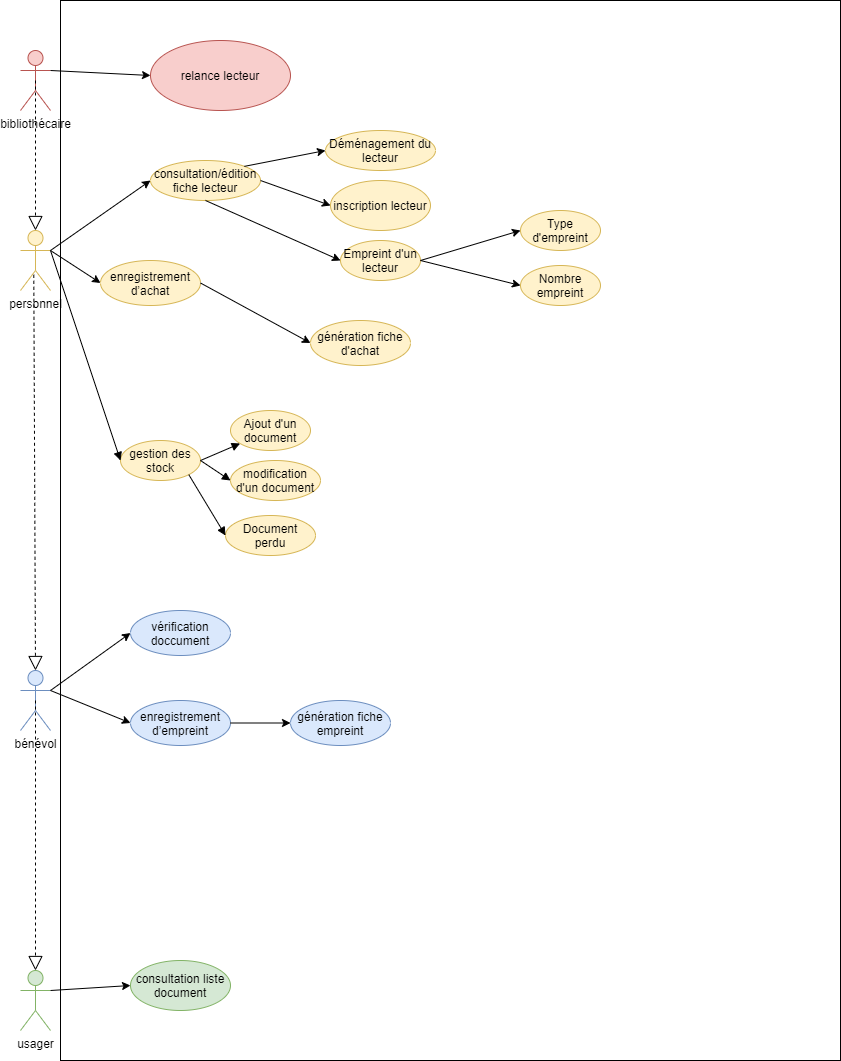
The draw.io diagram Eval UML/Diagramme/Diagramme-Cas d'utilisation.png in BourdonAlexis/Depot_Git_CDA, before a commit. Source tidied: cells renumbered, new cells last; positions are measured from the earlier drawing's top-left corner, leaving out a move shared by most shapes. The source it was exported from:
```xml
<mxGraphModel>
  <root>
    <mxCell id="0" />
    <mxCell id="1" parent="0" />
    <mxCell id="2" style="rounded=0;whiteSpace=wrap;html=1;" parent="1" vertex="1">
      <mxGeometry x="40" width="780" height="1060" as="geometry" />
    </mxCell>
    <mxCell id="3" value="usager" style="shape=umlActor;verticalLabelPosition=bottom;verticalAlign=top;html=1;outlineConnect=0;fillColor=#d5e8d4;strokeColor=#82b366;" parent="1" vertex="1">
      <mxGeometry y="970" width="30" height="60" as="geometry" />
    </mxCell>
    <mxCell id="4" value="bénévol" style="shape=umlActor;verticalLabelPosition=bottom;verticalAlign=top;html=1;outlineConnect=0;fillColor=#dae8fc;strokeColor=#6c8ebf;" parent="1" vertex="1">
      <mxGeometry y="670" width="30" height="60" as="geometry" />
    </mxCell>
    <mxCell id="5" value="personnel" style="shape=umlActor;verticalLabelPosition=bottom;verticalAlign=top;html=1;outlineConnect=0;fillColor=#fff2cc;strokeColor=#d6b656;" parent="1" vertex="1">
      <mxGeometry y="230" width="30" height="60" as="geometry" />
    </mxCell>
    <mxCell id="6" style="endArrow=block;dashed=1;endFill=0;endSize=12;html=1;exitX=0.443;exitY=0.738;exitDx=0;exitDy=0;exitPerimeter=0;entryX=0.5;entryY=0;entryDx=0;entryDy=0;entryPerimeter=0;" parent="1" edge="1" source="5" target="4">
      <mxGeometry relative="1" as="geometry" />
    </mxCell>
    <mxCell id="7" style="endArrow=block;dashed=1;endFill=0;endSize=12;html=1;entryX=0.5;entryY=0;entryDx=0;entryDy=0;entryPerimeter=0;exitX=0.5;exitY=0.5;exitDx=0;exitDy=0;exitPerimeter=0;" parent="1" edge="1" source="4" target="3">
      <mxGeometry relative="1" as="geometry" />
    </mxCell>
    <mxCell id="8" value="vérification doccument" style="ellipse;whiteSpace=wrap;html=1;fillColor=#dae8fc;strokeColor=#6c8ebf;" parent="1" vertex="1">
      <mxGeometry x="110" y="610" width="100" height="45" as="geometry" />
    </mxCell>
    <mxCell id="9" value="enregistrement d’empreint" style="ellipse;whiteSpace=wrap;html=1;fillColor=#dae8fc;strokeColor=#6c8ebf;" parent="1" vertex="1">
      <mxGeometry x="110" y="700" width="100" height="45" as="geometry" />
    </mxCell>
    <mxCell id="10" value="génération fiche empreint" style="ellipse;whiteSpace=wrap;html=1;fillColor=#dae8fc;strokeColor=#6c8ebf;" parent="1" vertex="1">
      <mxGeometry x="270" y="700" width="100" height="45" as="geometry" />
    </mxCell>
    <mxCell id="11" value="inscription lecteur" style="ellipse;whiteSpace=wrap;html=1;fillColor=#fff2cc;strokeColor=#d6b656;" parent="1" vertex="1">
      <mxGeometry x="310" y="180" width="100" height="50" as="geometry" />
    </mxCell>
    <mxCell id="12" value="enregistrement d’achat" style="ellipse;whiteSpace=wrap;html=1;fillColor=#fff2cc;strokeColor=#d6b656;" parent="1" vertex="1">
      <mxGeometry x="80" y="260" width="100" height="45" as="geometry" />
    </mxCell>
    <mxCell id="13" value="génération fiche d'achat" style="ellipse;whiteSpace=wrap;html=1;fillColor=#fff2cc;strokeColor=#d6b656;" parent="1" vertex="1">
      <mxGeometry x="290" y="320" width="100" height="45" as="geometry" />
    </mxCell>
    <mxCell id="14" value="gestion des stock" style="ellipse;whiteSpace=wrap;html=1;fillColor=#fff2cc;strokeColor=#d6b656;" parent="1" vertex="1">
      <mxGeometry x="100" y="440" width="80" height="40" as="geometry" />
    </mxCell>
    <mxCell id="15" style="html=1;verticalAlign=bottom;endArrow=block;exitX=1;exitY=0.3333333333333333;exitDx=0;exitDy=0;exitPerimeter=0;entryX=0;entryY=0.5;entryDx=0;entryDy=0;" parent="1" edge="1" source="5" target="14">
      <mxGeometry x="0.09" y="-2" relative="1" as="geometry" />
    </mxCell>
    <mxCell id="16" style="endArrow=classic;html=1;exitX=1;exitY=0.3333333333333333;exitDx=0;exitDy=0;entryX=0;entryY=0.5;entryDx=0;entryDy=0;exitPerimeter=0;" parent="1" edge="1" source="5" target="12">
      <mxGeometry relative="1" as="geometry" />
    </mxCell>
    <mxCell id="17" style="endArrow=classic;html=1;entryX=0;entryY=0.5;entryDx=0;entryDy=0;exitX=1;exitY=0.5;exitDx=0;exitDy=0;" parent="1" edge="1" source="12" target="13">
      <mxGeometry relative="1" as="geometry" />
    </mxCell>
    <mxCell id="18" style="endArrow=classic;html=1;exitX=1;exitY=0.3333333333333333;exitDx=0;exitDy=0;exitPerimeter=0;entryX=0;entryY=0.5;entryDx=0;entryDy=0;" parent="1" edge="1" source="4" target="8">
      <mxGeometry relative="1" as="geometry" />
    </mxCell>
    <mxCell id="19" style="endArrow=classic;html=1;entryX=0;entryY=0.5;entryDx=0;entryDy=0;" parent="1" edge="1" target="9">
      <mxGeometry relative="1" as="geometry">
        <mxPoint x="30" y="690" as="sourcePoint" />
      </mxGeometry>
    </mxCell>
    <mxCell id="20" style="endArrow=classic;html=1;exitX=1;exitY=0.5;exitDx=0;exitDy=0;entryX=0;entryY=0.5;entryDx=0;entryDy=0;" parent="1" edge="1" source="9" target="10">
      <mxGeometry relative="1" as="geometry" />
    </mxCell>
    <mxCell id="21" style="endArrow=classic;html=1;exitX=1;exitY=0.3333333333333333;exitDx=0;exitDy=0;exitPerimeter=0;entryX=0;entryY=0.5;entryDx=0;entryDy=0;" parent="1" edge="1" source="3" target="28">
      <mxGeometry relative="1" as="geometry" />
    </mxCell>
    <mxCell id="22" value="bibliothécaire" style="shape=umlActor;verticalLabelPosition=bottom;verticalAlign=top;html=1;outlineConnect=0;fillColor=#f8cecc;strokeColor=#b85450;" parent="1" vertex="1">
      <mxGeometry y="50" width="30" height="60" as="geometry" />
    </mxCell>
    <mxCell id="23" style="endArrow=classic;html=1;exitX=1;exitY=0.3333333333333333;exitDx=0;exitDy=0;exitPerimeter=0;entryX=0;entryY=0.5;entryDx=0;entryDy=0;" parent="1" edge="1" source="22" target="25">
      <mxGeometry relative="1" as="geometry" />
    </mxCell>
    <mxCell id="24" style="endArrow=block;dashed=1;endFill=0;endSize=12;html=1;entryX=0.5;entryY=0;entryDx=0;entryDy=0;entryPerimeter=0;exitX=0.5;exitY=0.5;exitDx=0;exitDy=0;exitPerimeter=0;" parent="1" edge="1" source="22" target="5">
      <mxGeometry relative="1" as="geometry" />
    </mxCell>
    <mxCell id="25" value="relance lecteur" style="ellipse;whiteSpace=wrap;html=1;fillColor=#f8cecc;strokeColor=#b85450;" parent="1" vertex="1">
      <mxGeometry x="130" y="40" width="140" height="70" as="geometry" />
    </mxCell>
    <mxCell id="26" value="consultation/édition fiche lecteur" style="ellipse;whiteSpace=wrap;html=1;fillColor=#fff2cc;strokeColor=#d6b656;" parent="1" vertex="1">
      <mxGeometry x="130" y="160" width="110" height="40" as="geometry" />
    </mxCell>
    <mxCell id="27" style="endArrow=classic;html=1;entryX=0;entryY=0.5;entryDx=0;entryDy=0;exitX=1;exitY=0.3333333333333333;exitDx=0;exitDy=0;exitPerimeter=0;" parent="1" edge="1" source="5" target="26">
      <mxGeometry relative="1" as="geometry" />
    </mxCell>
    <mxCell id="28" value="consultation liste document" style="ellipse;whiteSpace=wrap;html=1;fillColor=#d5e8d4;strokeColor=#82b366;" parent="1" vertex="1">
      <mxGeometry x="110" y="960" width="100" height="50" as="geometry" />
    </mxCell>
    <mxCell id="29" value="Ajout d'un document" style="ellipse;whiteSpace=wrap;html=1;fillColor=#fff2cc;strokeColor=#d6b656;" parent="1" vertex="1">
      <mxGeometry x="210" y="410" width="80" height="40" as="geometry" />
    </mxCell>
    <mxCell id="30" style="html=1;verticalAlign=bottom;endArrow=block;exitX=1;exitY=0.5;exitDx=0;exitDy=0;" parent="1" edge="1" source="14" target="29">
      <mxGeometry x="0.09" y="-2" relative="1" as="geometry" />
    </mxCell>
    <mxCell id="31" value="modification d'un document" style="ellipse;whiteSpace=wrap;html=1;fillColor=#fff2cc;strokeColor=#d6b656;" parent="1" vertex="1">
      <mxGeometry x="210" y="460" width="90" height="40" as="geometry" />
    </mxCell>
    <mxCell id="32" style="html=1;verticalAlign=bottom;endArrow=block;exitX=1;exitY=0.5;exitDx=0;exitDy=0;entryX=0;entryY=0.5;entryDx=0;entryDy=0;" parent="1" edge="1" source="14" target="31">
      <mxGeometry x="0.09" y="-2" relative="1" as="geometry" />
    </mxCell>
    <mxCell id="33" value="Déménagement du lecteur" style="ellipse;whiteSpace=wrap;html=1;fillColor=#fff2cc;strokeColor=#d6b656;" parent="1" vertex="1">
      <mxGeometry x="305" y="130" width="110" height="40" as="geometry" />
    </mxCell>
    <mxCell id="34" style="endArrow=classic;html=1;entryX=0;entryY=0.5;entryDx=0;entryDy=0;exitX=1;exitY=0.5;exitDx=0;exitDy=0;" parent="1" edge="1" source="26" target="11">
      <mxGeometry relative="1" as="geometry" />
    </mxCell>
    <mxCell id="35" style="endArrow=classic;html=1;entryX=0;entryY=0.5;entryDx=0;entryDy=0;exitX=1;exitY=0;exitDx=0;exitDy=0;" parent="1" edge="1" source="26" target="33">
      <mxGeometry relative="1" as="geometry" />
    </mxCell>
    <mxCell id="36" value="Empreint d'un lecteur" style="ellipse;whiteSpace=wrap;html=1;fillColor=#fff2cc;strokeColor=#d6b656;" parent="1" vertex="1">
      <mxGeometry x="320" y="240" width="80" height="40" as="geometry" />
    </mxCell>
    <mxCell id="37" value="Type d'empreint" style="ellipse;whiteSpace=wrap;html=1;fillColor=#fff2cc;strokeColor=#d6b656;" parent="1" vertex="1">
      <mxGeometry x="500" y="210" width="80" height="40" as="geometry" />
    </mxCell>
    <mxCell id="38" value="Nombre empreint" style="ellipse;whiteSpace=wrap;html=1;fillColor=#fff2cc;strokeColor=#d6b656;" parent="1" vertex="1">
      <mxGeometry x="500" y="265" width="80" height="40" as="geometry" />
    </mxCell>
    <mxCell id="39" style="endArrow=classic;html=1;entryX=0;entryY=0.5;entryDx=0;entryDy=0;exitX=0.5;exitY=1;exitDx=0;exitDy=0;" parent="1" edge="1" source="26" target="36">
      <mxGeometry relative="1" as="geometry" />
    </mxCell>
    <mxCell id="40" style="endArrow=classic;html=1;entryX=0;entryY=0.5;entryDx=0;entryDy=0;exitX=1;exitY=0.5;exitDx=0;exitDy=0;" parent="1" edge="1" source="36" target="37">
      <mxGeometry relative="1" as="geometry" />
    </mxCell>
    <mxCell id="41" style="endArrow=classic;html=1;entryX=0;entryY=0.5;entryDx=0;entryDy=0;" parent="1" edge="1" target="38">
      <mxGeometry relative="1" as="geometry">
        <mxPoint x="400" y="260" as="sourcePoint" />
      </mxGeometry>
    </mxCell>
    <mxCell id="42" value="Document perdu" style="ellipse;whiteSpace=wrap;html=1;fillColor=#fff2cc;strokeColor=#d6b656;" parent="1" vertex="1">
      <mxGeometry x="205" y="515" width="90" height="40" as="geometry" />
    </mxCell>
    <mxCell id="43" style="html=1;verticalAlign=bottom;endArrow=block;exitX=1;exitY=1;exitDx=0;exitDy=0;entryX=0;entryY=0.5;entryDx=0;entryDy=0;" parent="1" edge="1" source="14" target="42">
      <mxGeometry x="0.09" y="-2" relative="1" as="geometry" />
    </mxCell>
  </root>
</mxGraphModel>
```
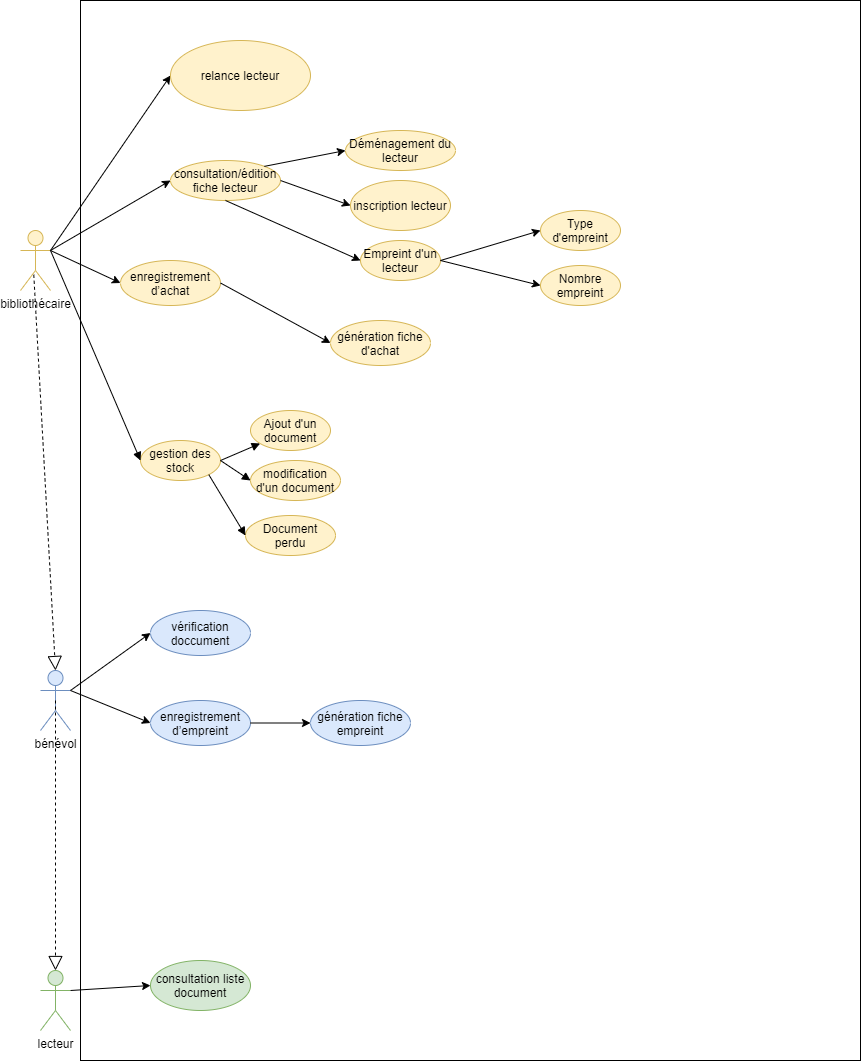
After the change.

The edit, as a diff of the source:
```diff
@@ -5,14 +5,14 @@
     <mxCell id="2" style="rounded=0;whiteSpace=wrap;html=1;" parent="1" vertex="1">
       <mxGeometry x="40" width="780" height="1060" as="geometry" />
     </mxCell>
-    <mxCell id="3" value="usager" style="shape=umlActor;verticalLabelPosition=bottom;verticalAlign=top;html=1;outlineConnect=0;fillColor=#d5e8d4;strokeColor=#82b366;" parent="1" vertex="1">
+    <mxCell id="3" value="lecteur" style="shape=umlActor;verticalLabelPosition=bottom;verticalAlign=top;html=1;outlineConnect=0;fillColor=#d5e8d4;strokeColor=#82b366;" parent="1" vertex="1">
       <mxGeometry y="970" width="30" height="60" as="geometry" />
     </mxCell>
     <mxCell id="4" value="bénévol" style="shape=umlActor;verticalLabelPosition=bottom;verticalAlign=top;html=1;outlineConnect=0;fillColor=#dae8fc;strokeColor=#6c8ebf;" parent="1" vertex="1">
       <mxGeometry y="670" width="30" height="60" as="geometry" />
     </mxCell>
-    <mxCell id="5" value="personnel" style="shape=umlActor;verticalLabelPosition=bottom;verticalAlign=top;html=1;outlineConnect=0;fillColor=#fff2cc;strokeColor=#d6b656;" parent="1" vertex="1">
-      <mxGeometry y="230" width="30" height="60" as="geometry" />
+    <mxCell id="5" value="bibliothécaire" style="shape=umlActor;verticalLabelPosition=bottom;verticalAlign=top;html=1;outlineConnect=0;fillColor=#fff2cc;strokeColor=#d6b656;" parent="1" vertex="1">
+      <mxGeometry x="-20" y="230" width="30" height="60" as="geometry" />
     </mxCell>
     <mxCell id="6" style="endArrow=block;dashed=1;endFill=0;endSize=12;html=1;exitX=0.443;exitY=0.738;exitDx=0;exitDy=0;exitPerimeter=0;entryX=0.5;entryY=0;entryDx=0;entryDy=0;entryPerimeter=0;" parent="1" edge="1" source="5" target="4">
       <mxGeometry relative="1" as="geometry" />
@@ -64,16 +64,12 @@
     <mxCell id="21" style="endArrow=classic;html=1;exitX=1;exitY=0.3333333333333333;exitDx=0;exitDy=0;exitPerimeter=0;entryX=0;entryY=0.5;entryDx=0;entryDy=0;" parent="1" edge="1" source="3" target="28">
       <mxGeometry relative="1" as="geometry" />
     </mxCell>
-    <mxCell id="22" value="bibliothécaire" style="shape=umlActor;verticalLabelPosition=bottom;verticalAlign=top;html=1;outlineConnect=0;fillColor=#f8cecc;strokeColor=#b85450;" parent="1" vertex="1">
-      <mxGeometry y="50" width="30" height="60" as="geometry" />
-    </mxCell>
-    <mxCell id="23" style="endArrow=classic;html=1;exitX=1;exitY=0.3333333333333333;exitDx=0;exitDy=0;exitPerimeter=0;entryX=0;entryY=0.5;entryDx=0;entryDy=0;" parent="1" edge="1" source="22" target="25">
-      <mxGeometry relative="1" as="geometry" />
+    <mxCell id="23" style="endArrow=classic;html=1;entryX=0;entryY=0.5;entryDx=0;entryDy=0;" parent="1" edge="1" target="25">
+      <mxGeometry relative="1" as="geometry">
+        <mxPoint x="10" y="250" as="sourcePoint" />
+      </mxGeometry>
     </mxCell>
-    <mxCell id="24" style="endArrow=block;dashed=1;endFill=0;endSize=12;html=1;entryX=0.5;entryY=0;entryDx=0;entryDy=0;entryPerimeter=0;exitX=0.5;exitY=0.5;exitDx=0;exitDy=0;exitPerimeter=0;" parent="1" edge="1" source="22" target="5">
-      <mxGeometry relative="1" as="geometry" />
-    </mxCell>
-    <mxCell id="25" value="relance lecteur" style="ellipse;whiteSpace=wrap;html=1;fillColor=#f8cecc;strokeColor=#b85450;" parent="1" vertex="1">
+    <mxCell id="25" value="relance lecteur" style="ellipse;whiteSpace=wrap;html=1;fillColor=#fff2cc;strokeColor=#d6b656;" parent="1" vertex="1">
       <mxGeometry x="130" y="40" width="140" height="70" as="geometry" />
     </mxCell>
     <mxCell id="26" value="consultation/édition fiche lecteur" style="ellipse;whiteSpace=wrap;html=1;fillColor=#fff2cc;strokeColor=#d6b656;" parent="1" vertex="1">
```
